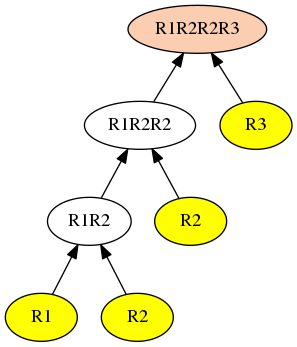
Above: GuiTool/image/Codos/CodosDot.png in iitramar/guiTool (Graphviz), before the change. Its source is kept beside it as GuiTool/image/Codos/CodosDot.dot.
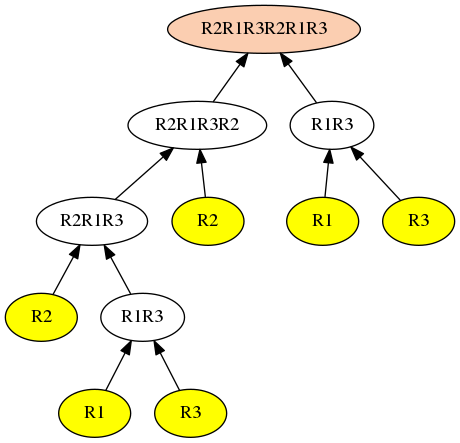
After the change.

Change to the diagram source:
```diff
@@ -1,20 +1,30 @@
 digraph G {
 rankdir = BT;
-1[style=filled, fillcolor= "#FBCEB1", label=R1R2R2R3];
-2[label=R1R2R2];
+1[style=filled, fillcolor= "#FBCEB1", label=R2R1R3R2R1R3];
+2[label=R2R1R3R2];
 2->1
-3[label=R3];
+3[label=R1R3];
 3->1
-4[label=R1R2];
+4[label=R2R1R3];
 4->2
 5[label=R2];
 5->2
-8[label=R1];
+8[label=R2];
 8->4
-9[label=R2];
+9[label=R1R3];
 9->4
 8[style=filled, fillcolor=yellow];
-9[style=filled, fillcolor=yellow];
+18[label=R1];
+18->9
+19[label=R3];
+19->9
+18[style=filled, fillcolor=yellow];
+19[style=filled, fillcolor=yellow];
 5[style=filled, fillcolor=yellow];
-3[style=filled, fillcolor=yellow];
+6[label=R1];
+6->3
+7[label=R3];
+7->3
+6[style=filled, fillcolor=yellow];
+7[style=filled, fillcolor=yellow];
 }
```
